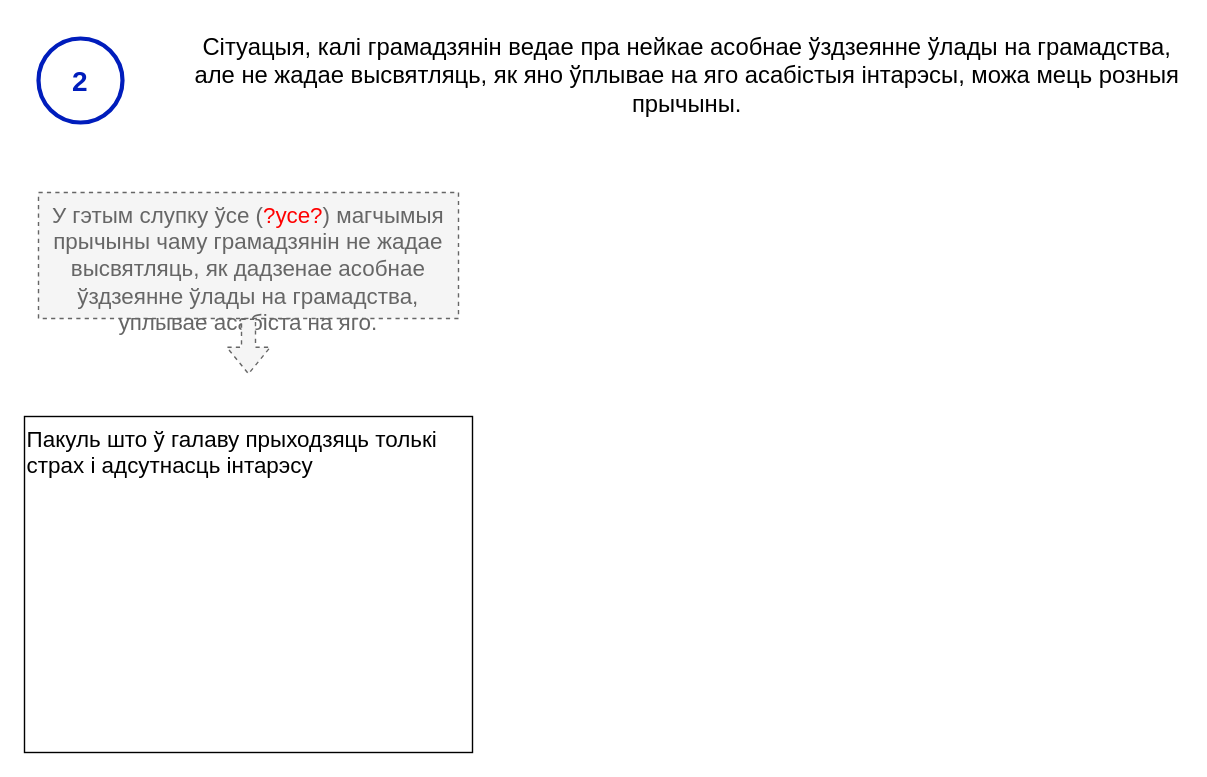
Earlier version of the draw.io diagram page "нататка-2" (3 of 3) of current-reality-tree/Дрэва цяперашняй рэальнасці.drawio (mshurkaeu-public/i-care.by). Source tidied: cells renumbered, new cells numbered last; positions are measured from the earlier drawing's top-left corner, leaving out a move shared by most shapes. Both pictures are drawn from the tidied source at 140%, with x=0, y=0 at pixel (24, 24).
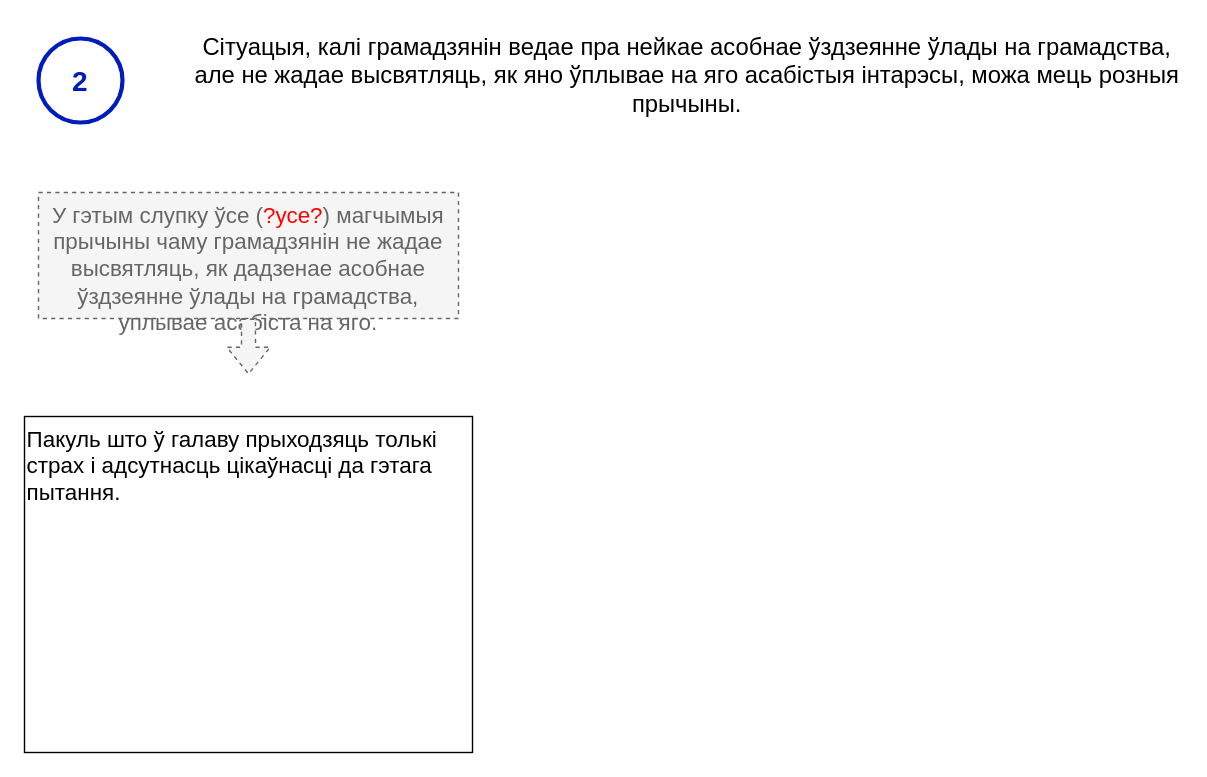
Above is the later version.

Commit message:
The 53 version of the current reality tree

Change to the diagram source:
```diff
@@
 <mxGraphModel>
   <root>
     <mxCell id="0" />
     <mxCell id="1" parent="0" />
     <mxCell id="2" value="Сітуацыя, калі грамадзянін ведае пра нейкае асобнае ўздзеянне ўлады на грамадства, але не жадае высвятляць, як яно ўплывае на яго асабістыя інтарэсы, можа мець розныя прычыны." style="text;html=1;strokeColor=none;fillColor=none;align=center;verticalAlign=top;whiteSpace=wrap;rounded=0;fontSize=17;" parent="1" vertex="1">
       <mxGeometry x="120" width="707" height="80" as="geometry" />
     </mxCell>
     <mxCell id="3" style="verticalLabelPosition=bottom;verticalAlign=top;html=1;shape=mxgraph.flowchart.on-page_reference;strokeWidth=3;fillColor=none;fontColor=#ffffff;strokeColor=#001DBC;comic=0;" parent="1" vertex="1">
       <mxGeometry x="10" y="10" width="60" height="60" as="geometry" />
     </mxCell>
     <mxCell id="4" value="2" style="text;html=1;strokeColor=none;fillColor=none;align=center;verticalAlign=middle;whiteSpace=wrap;rounded=0;fontColor=#001DBC;fontSize=20;fontStyle=1;" parent="1" vertex="1">
       <mxGeometry x="10" y="25" width="60" height="30" as="geometry" />
     </mxCell>
     <mxCell id="5" value="У гэтым слупку ўсе (&lt;font color=&quot;#ff0000&quot;&gt;?усе?&lt;/font&gt;) магчымыя прычыны чаму грамадзянін не жадае высвятляць, як дадзенае асобнае ўздзеянне ўлады на грамадства, уплывае асабіста на яго." style="text;html=1;strokeColor=#666666;fillColor=#f5f5f5;align=center;verticalAlign=top;whiteSpace=wrap;rounded=0;fontSize=16;fontColor=#666666;dashed=1;rotation=0;" parent="1" vertex="1">
       <mxGeometry x="10" y="120" width="300" height="90" as="geometry" />
     </mxCell>
     <mxCell id="6" style="shape=flexArrow;endArrow=classic;html=1;rounded=0;exitX=0.5;exitY=1;exitDx=0;exitDy=0;fillColor=#f5f5f5;strokeColor=#666666;dashed=1;" parent="1" edge="1" source="5">
       <mxGeometry relative="1" as="geometry">
         <mxPoint x="160" y="250" as="targetPoint" />
       </mxGeometry>
     </mxCell>
-    <mxCell id="7" value="Пакуль што ў галаву прыходзяць толькі страх і адсутнасць інтарэсу" style="text;html=1;align=left;verticalAlign=top;whiteSpace=wrap;rounded=0;fontSize=16;strokeColor=default;rotation=0;" parent="1" vertex="1">
+    <mxCell id="7" value="Пакуль што ў галаву прыходзяць толькі страх і адсутнасць цікаўнасці да гэтага пытання." style="text;html=1;align=left;verticalAlign=top;whiteSpace=wrap;rounded=0;fontSize=16;strokeColor=default;rotation=0;" parent="1" vertex="1">
       <mxGeometry y="280" width="320" height="240" as="geometry" />
     </mxCell>
   </root>
 </mxGraphModel>
```
